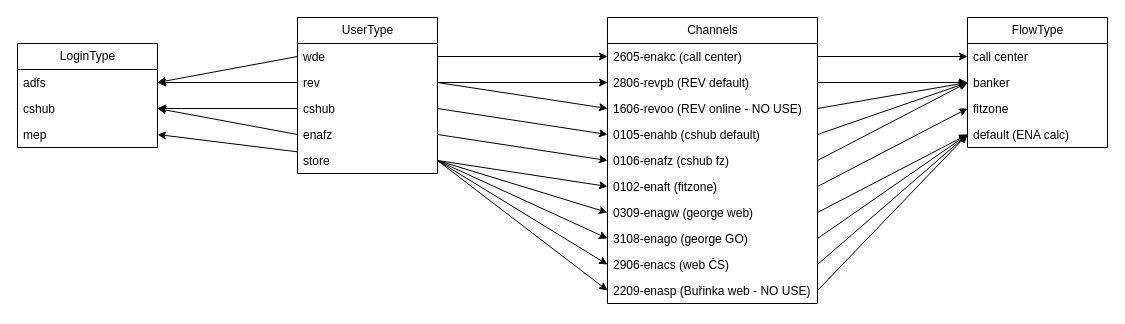
The draw.io diagram ENA_model.drawio in ondrejtuma-ext43301/diagrams, before the edit. Source tidied: cells renumbered, new cells numbered last; positions are measured from the earlier drawing's top-left corner, leaving out a move shared by most shapes. Both pictures are drawn from the tidied source at 100%, with x=0, y=0 at pixel (17, 17).
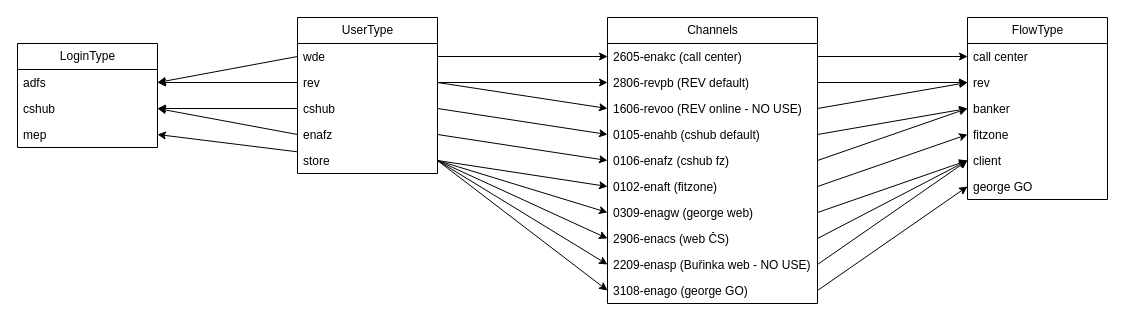
Above is the later version.

Commit message:
chore(model): expand on flow types

Unchanged cells that the change refers to:
```xml
<mxCell id="12" value="Channels" style="swimlane;fontStyle=0;horizontal=1;startSize=26;fillColor=none;html=1;" parent="1" vertex="1">
  <mxGeometry x="590" width="210" height="286" as="geometry" />
</mxCell>
<mxCell id="14" value="2806-revpb (REV default)" style="text;strokeColor=none;fillColor=none;align=left;verticalAlign=top;spacingLeft=4;spacingRight=4;overflow=hidden;points=[[0,0.5],[1,0.5]];portConstraint=eastwest;whiteSpace=wrap;html=1;" parent="12" vertex="1">
  <mxGeometry y="52" width="210" height="26" as="geometry" />
</mxCell>
<mxCell id="15" value="1606-revoo (REV online - NO USE)" style="text;strokeColor=none;fillColor=none;align=left;verticalAlign=top;spacingLeft=4;spacingRight=4;overflow=hidden;points=[[0,0.5],[1,0.5]];portConstraint=eastwest;whiteSpace=wrap;html=1;" parent="12" vertex="1">
  <mxGeometry y="78" width="210" height="26" as="geometry" />
</mxCell>
```

Change to the diagram source:
```diff
@@
-    <mxCell id="20" value="3108-enago (george GO)" style="text;strokeColor=none;fillColor=none;align=left;verticalAlign=top;spacingLeft=4;spacingRight=4;overflow=hidden;points=[[0,0.5],[1,0.5]];portConstraint=eastwest;whiteSpace=wrap;html=1;" parent="12" vertex="1">
-      <mxGeometry y="208" width="210" height="26" as="geometry" />
-    </mxCell>
     <mxCell id="21" value="2906-enacs (web ČS)" style="text;strokeColor=none;fillColor=none;align=left;verticalAlign=top;spacingLeft=4;spacingRight=4;overflow=hidden;points=[[0,0.5],[1,0.5]];portConstraint=eastwest;whiteSpace=wrap;html=1;" parent="12" vertex="1">
-      <mxGeometry y="234" width="210" height="26" as="geometry" />
+      <mxGeometry y="208" width="210" height="26" as="geometry" />
     </mxCell>
     <mxCell id="22" value="2209-enasp (Buřinka web - NO USE)" style="text;strokeColor=none;fillColor=none;align=left;verticalAlign=top;spacingLeft=4;spacingRight=4;overflow=hidden;points=[[0,0.5],[1,0.5]];portConstraint=eastwest;whiteSpace=wrap;html=1;" parent="12" vertex="1">
-      <mxGeometry y="260" width="210" height="26" as="geometry" />
+      <mxGeometry y="234" width="210" height="26" as="geometry" />
     </mxCell>
+    <mxCell id="20" value="3108-enago (george GO)" style="text;strokeColor=none;fillColor=none;align=left;verticalAlign=top;spacingLeft=4;spacingRight=4;overflow=hidden;points=[[0,0.5],[1,0.5]];portConstraint=eastwest;whiteSpace=wrap;html=1;" parent="12" vertex="1">
+      <mxGeometry y="260" width="210" height="26" as="geometry" />
+    </mxCell>
     <mxCell id="23" value="FlowType" style="swimlane;fontStyle=0;horizontal=1;startSize=26;fillColor=none;html=1;" parent="1" vertex="1">
-      <mxGeometry x="950" width="140" height="130" as="geometry" />
+      <mxGeometry x="950" width="140" height="182" as="geometry" />
     </mxCell>
@@
+    <mxCell id="53" value="rev" style="text;strokeColor=none;fillColor=none;align=left;verticalAlign=top;spacingLeft=4;spacingRight=4;overflow=hidden;points=[[0,0.5],[1,0.5]];portConstraint=eastwest;whiteSpace=wrap;html=1;" parent="23" vertex="1">
+      <mxGeometry y="52" width="140" height="26" as="geometry" />
+    </mxCell>
     <mxCell id="25" value="banker" style="text;strokeColor=none;fillColor=none;align=left;verticalAlign=top;spacingLeft=4;spacingRight=4;overflow=hidden;points=[[0,0.5],[1,0.5]];portConstraint=eastwest;whiteSpace=wrap;html=1;" parent="23" vertex="1">
-      <mxGeometry y="52" width="140" height="26" as="geometry" />
+      <mxGeometry y="78" width="140" height="26" as="geometry" />
     </mxCell>
     <mxCell id="26" value="fitzone" style="text;strokeColor=none;fillColor=none;align=left;verticalAlign=top;spacingLeft=4;spacingRight=4;overflow=hidden;points=[[0,0.5],[1,0.5]];portConstraint=eastwest;whiteSpace=wrap;html=1;" parent="23" vertex="1">
-      <mxGeometry y="78" width="140" height="26" as="geometry" />
+      <mxGeometry y="104" width="140" height="26" as="geometry" />
     </mxCell>
-    <mxCell id="27" value="default (ENA calc)" style="text;strokeColor=none;fillColor=none;align=left;verticalAlign=top;spacingLeft=4;spacingRight=4;overflow=hidden;points=[[0,0.5],[1,0.5]];portConstraint=eastwest;whiteSpace=wrap;html=1;" parent="23" vertex="1">
-      <mxGeometry y="104" width="140" height="26" as="geometry" />
+    <mxCell id="27" value="client" style="text;strokeColor=none;fillColor=none;align=left;verticalAlign=top;spacingLeft=4;spacingRight=4;overflow=hidden;points=[[0,0.5],[1,0.5]];portConstraint=eastwest;whiteSpace=wrap;html=1;" parent="23" vertex="1">
+      <mxGeometry y="130" width="140" height="26" as="geometry" />
     </mxCell>
+    <mxCell id="54" value="george GO" style="text;strokeColor=none;fillColor=none;align=left;verticalAlign=top;spacingLeft=4;spacingRight=4;overflow=hidden;points=[[0,0.5],[1,0.5]];portConstraint=eastwest;whiteSpace=wrap;html=1;" parent="23" vertex="1">
+      <mxGeometry y="156" width="140" height="26" as="geometry" />
+    </mxCell>
@@
-    <mxCell id="31" style="endArrow=classic;html=1;rounded=0;exitX=1;exitY=0.5;exitDx=0;exitDy=0;entryX=0;entryY=0.5;entryDx=0;entryDy=0;" parent="1" edge="1" source="20" target="27">
+    <mxCell id="31" style="endArrow=classic;html=1;rounded=0;exitX=1;exitY=0.5;exitDx=0;exitDy=0;entryX=0;entryY=0.5;entryDx=0;entryDy=0;" parent="1" edge="1" source="20" target="54">
       <mxGeometry relative="1" as="geometry" />
     </mxCell>
@@
-    <mxCell id="34" style="endArrow=classic;html=1;rounded=0;entryX=0;entryY=0.5;entryDx=0;entryDy=0;exitX=1;exitY=0.5;exitDx=0;exitDy=0;" parent="1" edge="1" source="14" target="25">
+    <mxCell id="34" style="endArrow=classic;html=1;rounded=0;entryX=0;entryY=0.5;entryDx=0;entryDy=0;exitX=1;exitY=0.5;exitDx=0;exitDy=0;" parent="1" edge="1" source="14" target="53">
       <mxGeometry relative="1" as="geometry" />
     </mxCell>
@@
-    <mxCell id="47" style="endArrow=classic;html=1;rounded=0;entryX=0;entryY=0.5;entryDx=0;entryDy=0;exitX=1;exitY=0.5;exitDx=0;exitDy=0;" parent="1" edge="1" source="15" target="25">
+    <mxCell id="47" style="endArrow=classic;html=1;rounded=0;entryX=0;entryY=0.5;entryDx=0;entryDy=0;exitX=1;exitY=0.5;exitDx=0;exitDy=0;" parent="1" edge="1" source="15" target="53">
       <mxGeometry relative="1" as="geometry" />
     </mxCell>
```
